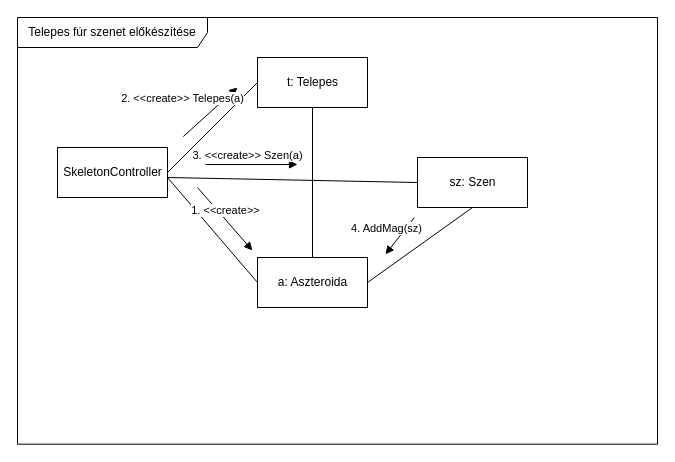
This is page "Szen" (4 of 4) of doc/kommunikacio/kom_TelepesFur.drawio from torpeBoiGo/aszteroidabanyaszat, a draw.io file, before an edit. Source tidied: cells renumbered, new cells numbered last; positions are measured from the earlier drawing's top-left corner, leaving out a move shared by most shapes. Both pictures are drawn from the tidied source at 100%, with x=0, y=0 at pixel (17, 17).
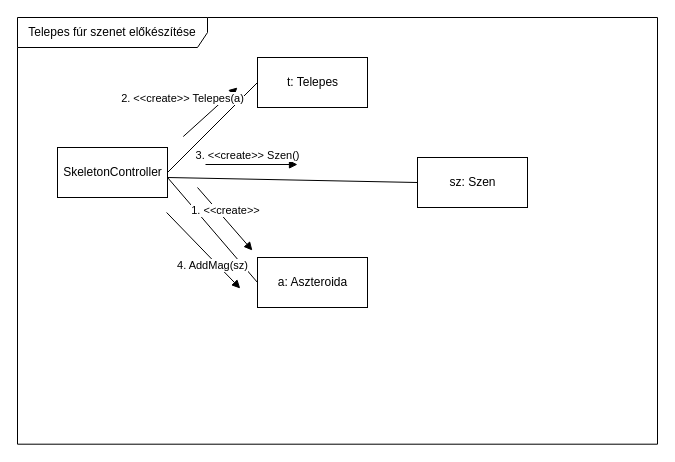
Above is the later version.

What changed in the source:
```diff
@@
 <mxGraphModel>
   <root>
     <mxCell id="0" />
     <mxCell id="1" parent="0" />
     <mxCell id="2" value="Telepes fúr szenet előkészítése" style="shape=umlFrame;whiteSpace=wrap;html=1;width=190;height=30;" parent="1" vertex="1">
       <mxGeometry width="640" height="426.7" as="geometry" />
     </mxCell>
     <mxCell id="3" value="SkeletonController" style="html=1;" parent="1" vertex="1">
       <mxGeometry x="40" y="130" width="110" height="50" as="geometry" />
     </mxCell>
     <mxCell id="4" value="t: Telepes" style="html=1;" parent="1" vertex="1">
       <mxGeometry x="240" y="40" width="110" height="50" as="geometry" />
     </mxCell>
     <mxCell id="5" value="a: Aszteroida" style="html=1;" parent="1" vertex="1">
       <mxGeometry x="240" y="240" width="110" height="50" as="geometry" />
     </mxCell>
     <mxCell id="6" value="sz: Szen" style="html=1;" parent="1" vertex="1">
       <mxGeometry x="400" y="140" width="110" height="50" as="geometry" />
     </mxCell>
     <mxCell id="7" style="endArrow=none;html=1;exitX=1;exitY=0.5;exitDx=0;exitDy=0;entryX=0;entryY=0.5;entryDx=0;entryDy=0;" parent="1" edge="1" source="3" target="4">
       <mxGeometry relative="1" as="geometry" />
     </mxCell>
     <mxCell id="8" value="2. &amp;lt;&amp;lt;create&amp;gt;&amp;gt; Telepes(a)" style="html=1;verticalAlign=bottom;endArrow=block;exitX=0.259;exitY=0.279;exitDx=0;exitDy=0;exitPerimeter=0;" parent="1" edge="1" source="2">
       <mxGeometry x="-0.47" y="22" relative="1" as="geometry">
         <mxPoint x="220" y="70" as="targetPoint" />
       </mxGeometry>
     </mxCell>
     <mxCell id="9" style="endArrow=none;html=1;entryX=0;entryY=0.5;entryDx=0;entryDy=0;" parent="1" edge="1" target="5">
       <mxGeometry relative="1" as="geometry">
         <mxPoint x="150" y="160" as="sourcePoint" />
       </mxGeometry>
     </mxCell>
     <mxCell id="10" value="1. &amp;lt;&amp;lt;create&amp;gt;&amp;gt;" style="html=1;verticalAlign=bottom;endArrow=block;entryX=0.367;entryY=0.546;entryDx=0;entryDy=0;entryPerimeter=0;" parent="1" edge="1" target="2">
       <mxGeometry relative="1" as="geometry">
         <mxPoint x="180" y="170" as="sourcePoint" />
       </mxGeometry>
     </mxCell>
-    <mxCell id="11" style="endArrow=none;html=1;entryX=0.5;entryY=1;entryDx=0;entryDy=0;" parent="1" edge="1" source="5" target="4">
-      <mxGeometry relative="1" as="geometry" />
-    </mxCell>
     <mxCell id="12" style="endArrow=none;html=1;entryX=0;entryY=0.5;entryDx=0;entryDy=0;" parent="1" edge="1" target="6">
       <mxGeometry relative="1" as="geometry">
         <mxPoint x="150" y="160" as="sourcePoint" />
       </mxGeometry>
     </mxCell>
-    <mxCell id="13" value="3. &amp;lt;&amp;lt;create&amp;gt;&amp;gt; Szen(a)" style="html=1;verticalAlign=bottom;endArrow=block;" parent="1" edge="1">
+    <mxCell id="13" value="3. &amp;lt;&amp;lt;create&amp;gt;&amp;gt; Szen()" style="html=1;verticalAlign=bottom;endArrow=block;" parent="1" edge="1">
       <mxGeometry x="-0.09" relative="1" as="geometry">
         <mxPoint x="188" y="147" as="sourcePoint" />
         <mxPoint x="280" y="147" as="targetPoint" />
       </mxGeometry>
     </mxCell>
-    <mxCell id="14" style="endArrow=none;html=1;exitX=1;exitY=0.5;exitDx=0;exitDy=0;entryX=0.5;entryY=1;entryDx=0;entryDy=0;" parent="1" edge="1" source="5" target="6">
-      <mxGeometry relative="1" as="geometry" />
-    </mxCell>
-    <mxCell id="15" value="4. AddMag(sz)" style="html=1;verticalAlign=bottom;endArrow=block;exitX=0.62;exitY=0.469;exitDx=0;exitDy=0;exitPerimeter=0;entryX=0.575;entryY=0.555;entryDx=0;entryDy=0;entryPerimeter=0;" parent="1" edge="1" source="2" target="2">
+    <mxCell id="15" value="4. AddMag(sz)" style="html=1;verticalAlign=bottom;endArrow=block;exitX=0.233;exitY=0.457;exitDx=0;exitDy=0;exitPerimeter=0;entryX=0.348;entryY=0.635;entryDx=0;entryDy=0;entryPerimeter=0;" parent="1" edge="1" source="2" target="2">
       <mxGeometry x="0.43" y="-10" relative="1" as="geometry" />
     </mxCell>
   </root>
 </mxGraphModel>
```
